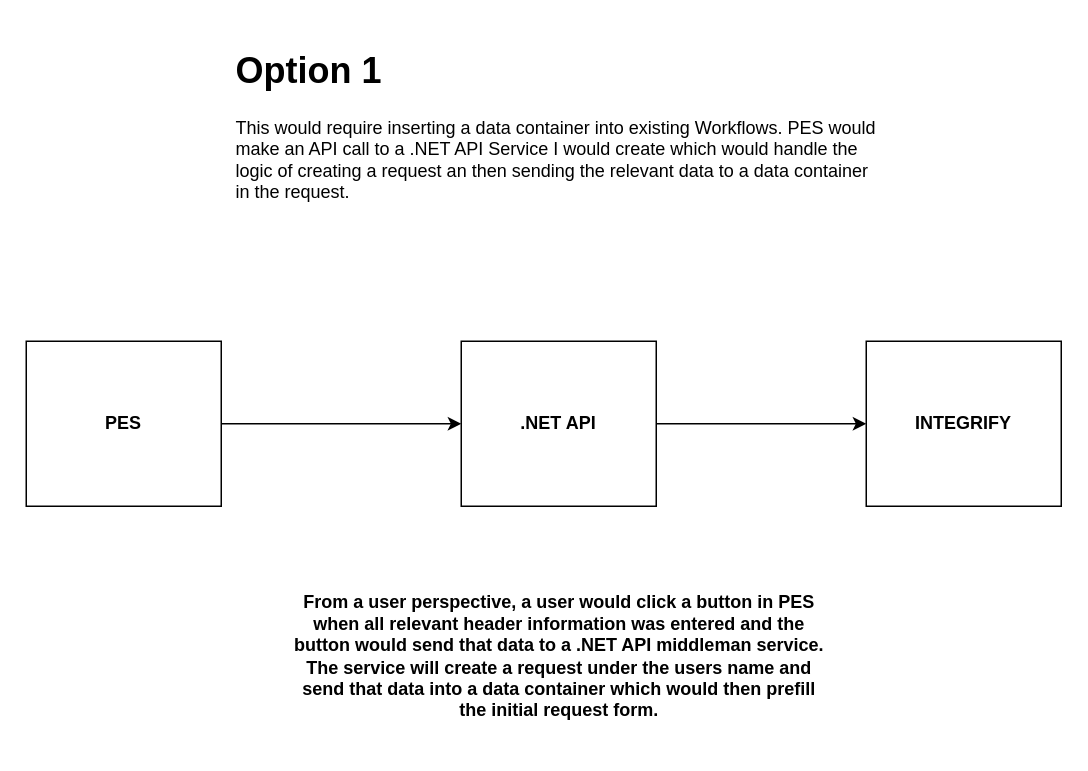
The draw.io diagram page "Page-1" (1 of 2) of Diagrams/IntegrifyHeader.drawio in LongJohnBlackbeard/IntegrifyAPITesting, before the edit. Source tidied: cells renumbered, new cells numbered last; positions are measured from the earlier drawing's top-left corner, leaving out a move shared by most shapes. Both pictures are drawn from the tidied source at 150%, with x=0, y=0 at pixel (26, 40).
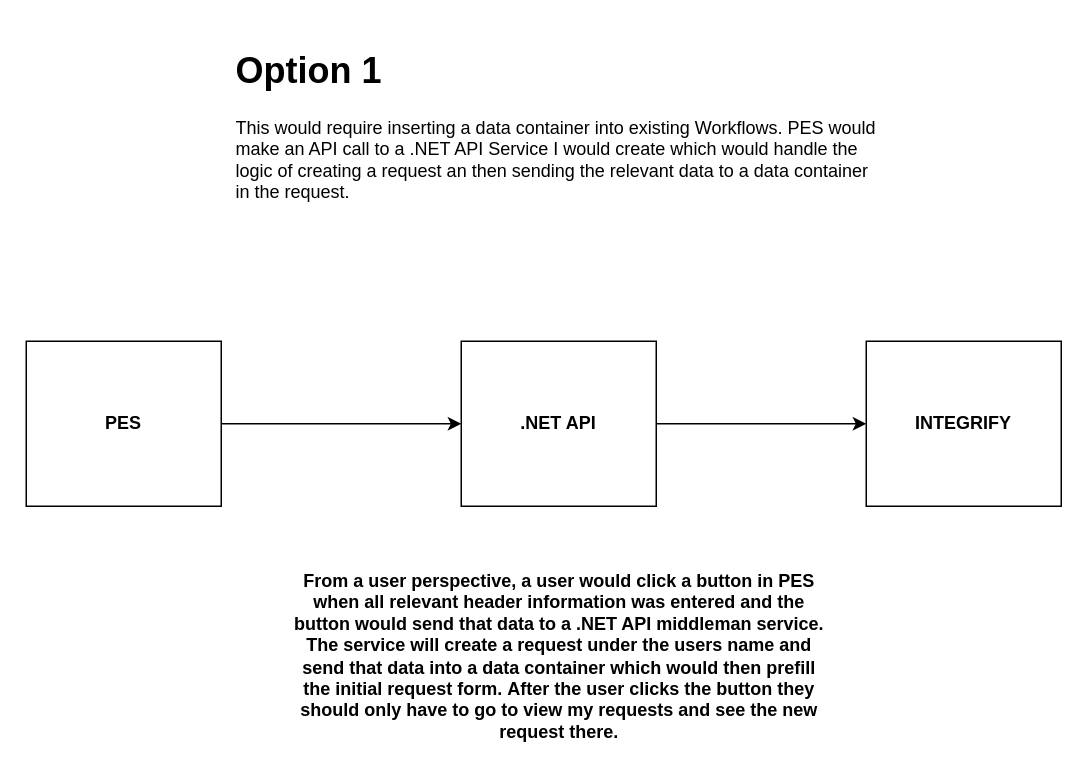
After the change.

Change to the diagram source:
```diff
@@
 <mxGraphModel>
   <root>
     <mxCell id="0" />
     <mxCell id="1" parent="0" />
     <mxCell id="2" value="&lt;h1&gt;Option 1&lt;/h1&gt;&lt;p&gt;This would require inserting a data container into existing Workflows. PES would make an API call to a .NET API Service I would create which would handle the logic of creating a request an then sending the relevant data to a data container in the request.&lt;br&gt;&lt;/p&gt;" style="text;html=1;strokeColor=none;fillColor=none;spacing=5;spacingTop=-20;whiteSpace=wrap;overflow=hidden;rounded=0;" parent="1" vertex="1">
       <mxGeometry x="135" width="440" height="120" as="geometry" />
     </mxCell>
     <mxCell id="3" style="edgeStyle=orthogonalEdgeStyle;rounded=0;jettySize=auto;html=1;entryX=0;entryY=0.5;entryDx=0;entryDy=0;" parent="1" edge="1" source="4" target="6">
       <mxGeometry relative="1" as="geometry" />
     </mxCell>
     <mxCell id="4" value="&lt;b&gt;PES&lt;/b&gt;" style="rounded=0;whiteSpace=wrap;html=1;" parent="1" vertex="1">
       <mxGeometry y="200" width="130" height="110" as="geometry" />
     </mxCell>
     <mxCell id="5" style="edgeStyle=orthogonalEdgeStyle;rounded=0;jettySize=auto;html=1;entryX=0;entryY=0.5;entryDx=0;entryDy=0;" parent="1" edge="1" source="6" target="7">
       <mxGeometry relative="1" as="geometry" />
     </mxCell>
     <mxCell id="6" value="&lt;b&gt;.NET API&lt;/b&gt;" style="rounded=0;whiteSpace=wrap;html=1;" parent="1" vertex="1">
       <mxGeometry x="290" y="200" width="130" height="110" as="geometry" />
     </mxCell>
     <mxCell id="7" value="&lt;b&gt;INTEGRIFY&lt;/b&gt;" style="rounded=0;whiteSpace=wrap;html=1;" parent="1" vertex="1">
       <mxGeometry x="560" y="200" width="130" height="110" as="geometry" />
     </mxCell>
-    <mxCell id="8" value="&lt;b&gt;From a user perspective, a user would click a button in PES when all relevant header information was entered and the button would send that data to a .NET API middleman service. The service will create a request under the users name and send that data into a data container which would then prefill the initial request form.&lt;/b&gt;" style="text;html=1;strokeColor=none;fillColor=none;align=center;verticalAlign=middle;whiteSpace=wrap;rounded=0;" parent="1" vertex="1">
+    <mxCell id="8" value="&lt;b&gt;From a user perspective, a user would click a button in PES when all relevant header information was entered and the button would send that data to a .NET API middleman service. The service will create a request under the users name and send that data into a data container which would then prefill the initial request form.&amp;nbsp;&lt;/b&gt;&lt;b style=&quot;border-color: var(--border-color);&quot;&gt;After the user clicks the button they should only have to go to view my requests and see the new request there.&lt;/b&gt;" style="text;html=1;strokeColor=none;fillColor=none;align=center;verticalAlign=middle;whiteSpace=wrap;rounded=0;" parent="1" vertex="1">
       <mxGeometry x="178" y="350" width="355" height="120" as="geometry" />
     </mxCell>
   </root>
 </mxGraphModel>
```
